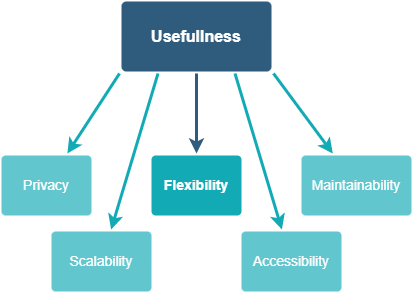
Earlier version of the draw.io export docs/images/10-goalsTree.png (Arquisoft/lomap_es2c). Source tidied: cells renumbered, new cells last; positions are measured from the earlier drawing's top-left corner, leaving out a move shared by most shapes.
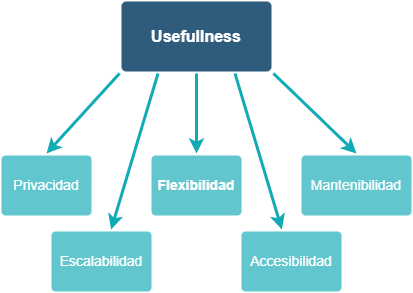
After the commit.

The edit, as a diff of the source:
```diff
@@ -2,38 +2,38 @@
   <root>
     <mxCell id="0" />
     <mxCell id="1" parent="0" />
-    <mxCell id="2" style="edgeStyle=none;rounded=0;jumpStyle=none;html=1;shadow=0;labelBackgroundColor=none;startArrow=none;startFill=0;endArrow=classic;endFill=1;jettySize=auto;strokeColor=#2F5B7C;strokeWidth=3;fontFamily=Helvetica;fontSize=16;fontColor=#23445D;spacing=5;" parent="1" edge="1" source="3" target="4">
-      <mxGeometry relative="1" as="geometry" />
-    </mxCell>
     <mxCell id="3" value="Usefullness" style="rounded=1;whiteSpace=wrap;html=1;shadow=0;labelBackgroundColor=none;strokeColor=none;strokeWidth=3;fillColor=#2F5B7C;fontFamily=Helvetica;fontSize=16;fontColor=#FFFFFF;align=center;fontStyle=1;spacing=5;arcSize=7;perimeterSpacing=2;" parent="1" vertex="1">
       <mxGeometry x="120" width="150" height="70" as="geometry" />
     </mxCell>
-    <mxCell id="4" value="Flexibility" style="rounded=1;whiteSpace=wrap;html=1;shadow=0;labelBackgroundColor=none;strokeColor=none;strokeWidth=3;fillColor=#12aab5;fontFamily=Helvetica;fontSize=14;fontColor=#FFFFFF;align=center;spacing=5;fontStyle=1;arcSize=7;perimeterSpacing=2;" parent="1" vertex="1">
+    <mxCell id="4" value="Flexibilidad" style="rounded=1;whiteSpace=wrap;html=1;shadow=0;labelBackgroundColor=none;strokeColor=none;strokeWidth=3;fillColor=#61C6CE;fontFamily=Helvetica;fontSize=14;fontColor=#FFFFFF;align=center;spacing=5;fontStyle=1;arcSize=7;perimeterSpacing=2;" parent="1" vertex="1">
       <mxGeometry x="150" y="154" width="90" height="60" as="geometry" />
     </mxCell>
-    <mxCell id="5" value="Scalability" style="rounded=1;whiteSpace=wrap;html=1;shadow=0;labelBackgroundColor=none;strokeColor=none;strokeWidth=3;fillColor=#61c6ce;fontFamily=Helvetica;fontSize=14;fontColor=#FFFFFF;align=center;spacing=5;fontStyle=0;arcSize=7;perimeterSpacing=2;" parent="1" vertex="1">
+    <mxCell id="5" value="Escalabilidad" style="rounded=1;whiteSpace=wrap;html=1;shadow=0;labelBackgroundColor=none;strokeColor=none;strokeWidth=3;fillColor=#61c6ce;fontFamily=Helvetica;fontSize=14;fontColor=#FFFFFF;align=center;spacing=5;fontStyle=0;arcSize=7;perimeterSpacing=2;" parent="1" vertex="1">
       <mxGeometry x="50" y="230" width="100" height="60" as="geometry" />
     </mxCell>
     <mxCell id="6" style="edgeStyle=none;rounded=1;jumpStyle=none;html=1;shadow=0;labelBackgroundColor=none;startArrow=none;startFill=0;jettySize=auto;strokeColor=#12AAB5;strokeWidth=3;fontFamily=Helvetica;fontSize=14;fontColor=#FFFFFF;spacing=5;fontStyle=1;fillColor=#b0e3e6;exitX=0.25;exitY=1;exitDx=0;exitDy=0;" parent="1" edge="1" source="3" target="5">
       <mxGeometry relative="1" as="geometry" />
     </mxCell>
-    <mxCell id="7" value="Accessibility" style="rounded=1;whiteSpace=wrap;html=1;shadow=0;labelBackgroundColor=none;strokeColor=none;strokeWidth=3;fillColor=#61c6ce;fontFamily=Helvetica;fontSize=14;fontColor=#FFFFFF;align=center;spacing=5;fontStyle=0;arcSize=7;perimeterSpacing=2;" parent="1" vertex="1">
+    <mxCell id="7" value="Accesibilidad" style="rounded=1;whiteSpace=wrap;html=1;shadow=0;labelBackgroundColor=none;strokeColor=none;strokeWidth=3;fillColor=#61C6CE;fontFamily=Helvetica;fontSize=14;fontColor=#FFFFFF;align=center;spacing=5;fontStyle=0;arcSize=7;perimeterSpacing=2;" parent="1" vertex="1">
       <mxGeometry x="240" y="230" width="100" height="60" as="geometry" />
     </mxCell>
     <mxCell id="8" style="edgeStyle=none;rounded=1;jumpStyle=none;html=1;shadow=0;labelBackgroundColor=none;startArrow=none;startFill=0;jettySize=auto;strokeColor=#12AAB5;strokeWidth=3;fontFamily=Helvetica;fontSize=14;fontColor=#FFFFFF;spacing=5;fontStyle=1;fillColor=#b0e3e6;exitX=0.75;exitY=1;exitDx=0;exitDy=0;" parent="1" edge="1" source="3" target="7">
       <mxGeometry relative="1" as="geometry" />
     </mxCell>
-    <mxCell id="9" value="Maintainability" style="rounded=1;whiteSpace=wrap;html=1;shadow=0;labelBackgroundColor=none;strokeColor=none;strokeWidth=3;fillColor=#61c6ce;fontFamily=Helvetica;fontSize=14;fontColor=#FFFFFF;align=center;spacing=5;fontStyle=0;arcSize=7;perimeterSpacing=2;" parent="1" vertex="1">
+    <mxCell id="9" value="Mantenibilidad" style="rounded=1;whiteSpace=wrap;html=1;shadow=0;labelBackgroundColor=none;strokeColor=none;strokeWidth=3;fillColor=#61C6CE;fontFamily=Helvetica;fontSize=14;fontColor=#FFFFFF;align=center;spacing=5;fontStyle=0;arcSize=7;perimeterSpacing=2;" parent="1" vertex="1">
       <mxGeometry x="300" y="154" width="110" height="60" as="geometry" />
     </mxCell>
-    <mxCell id="10" style="edgeStyle=none;rounded=1;jumpStyle=none;html=1;shadow=0;labelBackgroundColor=none;startArrow=none;startFill=0;jettySize=auto;strokeColor=#12AAB5;strokeWidth=3;fontFamily=Helvetica;fontSize=14;fontColor=#FFFFFF;spacing=5;fontStyle=1;fillColor=#b0e3e6;exitX=1;exitY=1;exitDx=0;exitDy=0;" parent="1" edge="1" source="3" target="9">
+    <mxCell id="10" style="edgeStyle=none;rounded=1;jumpStyle=none;html=1;shadow=0;labelBackgroundColor=none;startArrow=none;startFill=0;jettySize=auto;strokeColor=#12AAB5;strokeWidth=3;fontFamily=Helvetica;fontSize=14;fontColor=#FFFFFF;spacing=5;fontStyle=1;fillColor=#b0e3e6;exitX=1;exitY=1;exitDx=0;exitDy=0;entryX=0.5;entryY=0;entryDx=0;entryDy=0;" parent="1" edge="1" source="3" target="9">
       <mxGeometry relative="1" as="geometry" />
     </mxCell>
-    <mxCell id="11" value="Privacy" style="rounded=1;whiteSpace=wrap;html=1;shadow=0;labelBackgroundColor=none;strokeColor=none;strokeWidth=3;fillColor=#61c6ce;fontFamily=Helvetica;fontSize=14;fontColor=#FFFFFF;align=center;spacing=5;fontStyle=0;arcSize=7;perimeterSpacing=2;" parent="1" vertex="1">
+    <mxCell id="11" value="Privacidad" style="rounded=1;whiteSpace=wrap;html=1;shadow=0;labelBackgroundColor=none;strokeColor=none;strokeWidth=3;fillColor=#61c6ce;fontFamily=Helvetica;fontSize=14;fontColor=#FFFFFF;align=center;spacing=5;fontStyle=0;arcSize=7;perimeterSpacing=2;" parent="1" vertex="1">
       <mxGeometry y="154" width="90" height="60" as="geometry" />
     </mxCell>
-    <mxCell id="12" style="edgeStyle=none;rounded=1;jumpStyle=none;html=1;shadow=0;labelBackgroundColor=none;startArrow=none;startFill=0;jettySize=auto;strokeColor=#12AAB5;strokeWidth=3;fontFamily=Helvetica;fontSize=14;fontColor=#FFFFFF;spacing=5;fontStyle=1;fillColor=#b0e3e6;exitX=0;exitY=1;exitDx=0;exitDy=0;" parent="1" edge="1" source="3" target="11">
+    <mxCell id="12" style="edgeStyle=none;rounded=1;jumpStyle=none;html=1;shadow=0;labelBackgroundColor=none;startArrow=none;startFill=0;jettySize=auto;strokeColor=#12AAB5;strokeWidth=3;fontFamily=Helvetica;fontSize=14;fontColor=#FFFFFF;spacing=5;fontStyle=1;fillColor=#b0e3e6;exitX=0;exitY=1;exitDx=0;exitDy=0;entryX=0.5;entryY=0;entryDx=0;entryDy=0;" parent="1" edge="1" source="3" target="11">
       <mxGeometry relative="1" as="geometry" />
     </mxCell>
+    <mxCell id="2" style="edgeStyle=none;rounded=1;jumpStyle=none;html=1;shadow=0;labelBackgroundColor=none;startArrow=none;startFill=0;jettySize=auto;strokeColor=#12AAB5;strokeWidth=3;fontFamily=Helvetica;fontSize=14;fontColor=#FFFFFF;spacing=5;fontStyle=1;fillColor=#b0e3e6;entryX=0.5;entryY=0;entryDx=0;entryDy=0;exitX=0.5;exitY=1;exitDx=0;exitDy=0;" parent="1" edge="1" source="3" target="4">
+      <mxGeometry relative="1" as="geometry" />
+    </mxCell>
   </root>
 </mxGraphModel>
```
